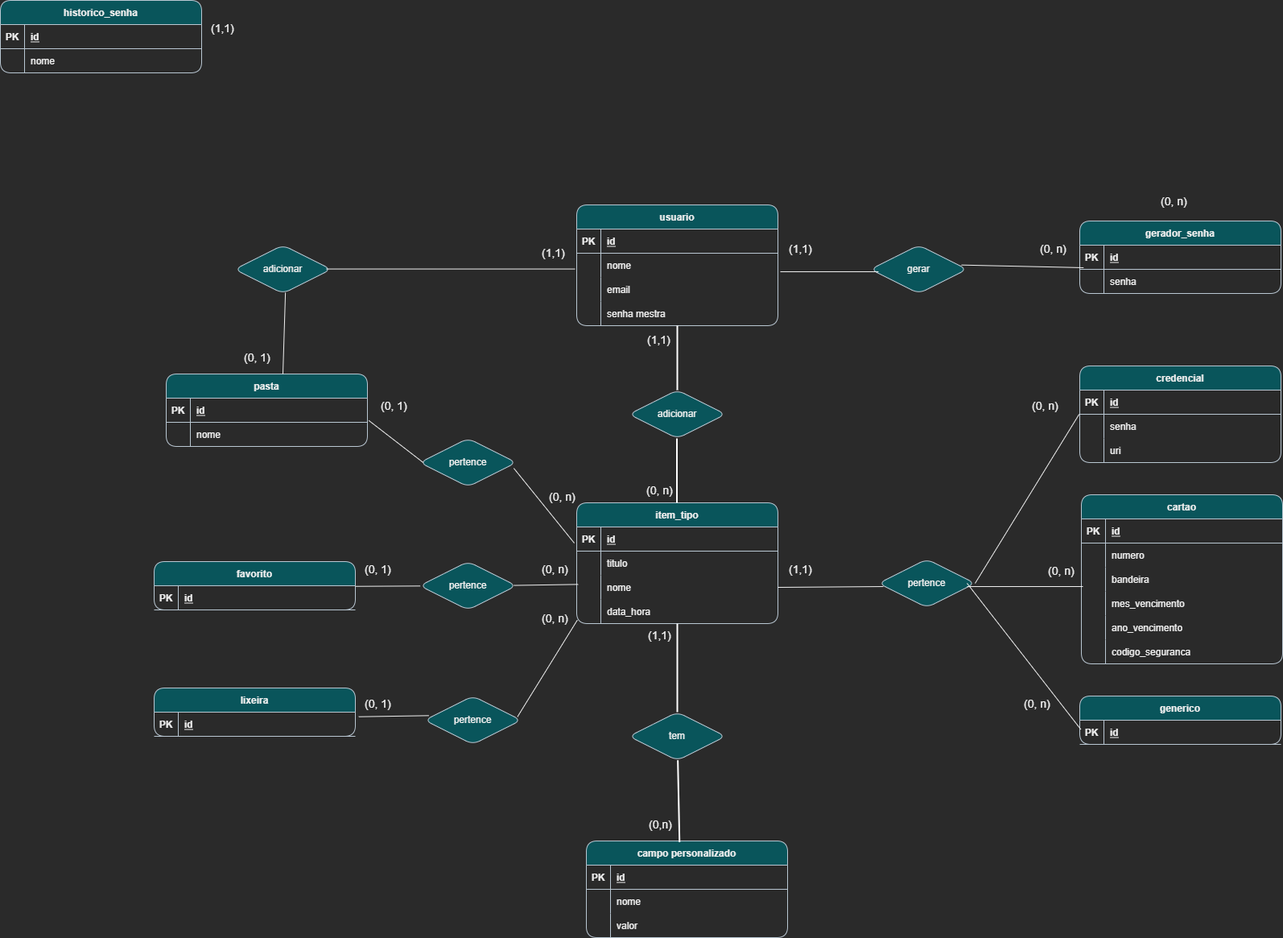
Before: DER.drawio.png, a diagram exported from draw.io (dainler-lab/Keystow). Source tidied: cells renumbered, new cells last; positions are measured from the earlier drawing's top-left corner, leaving out a move shared by most shapes.
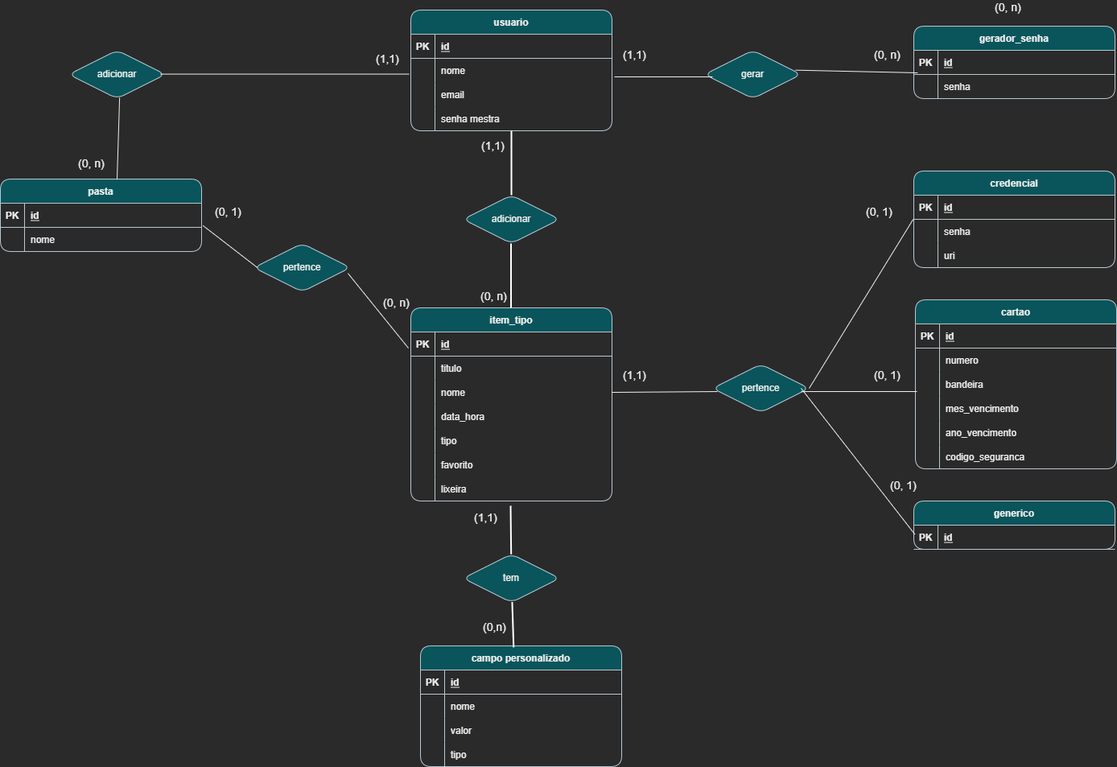
After the change.

The edit, as a diff of the source:
```diff
@@ -71,18 +71,6 @@
     <mxCell id="24" value="uri" style="shape=partialRectangle;overflow=hidden;fillColor=none;top=0;left=0;bottom=0;right=0;align=left;spacingLeft=6;rounded=1;strokeColor=#BAC8D3;fontColor=#EEEEEE;" parent="22" vertex="1">
       <mxGeometry x="30" width="220" height="30" as="geometry" />
     </mxCell>
-    <mxCell id="25" value="favorito" style="shape=table;startSize=30;rowLines=0;fontStyle=1;align=center;rounded=1;fillColor=#09555B;strokeColor=#BAC8D3;fontColor=#EEEEEE;columnLines=1;comic=0;enumerate=0;" parent="1" vertex="1">
-      <mxGeometry x="191" y="697" width="250" height="60" as="geometry" />
-    </mxCell>
-    <mxCell id="26" style="shape=partialRectangle;fillColor=none;points=[[0,0.5],[1,0.5]];portConstraint=eastwest;top=0;left=0;right=0;bottom=1;rounded=1;strokeColor=#BAC8D3;fontColor=#EEEEEE;" parent="25" vertex="1">
-      <mxGeometry y="30" width="250" height="30" as="geometry" />
-    </mxCell>
-    <mxCell id="27" value="PK" style="shape=partialRectangle;overflow=hidden;fillColor=none;top=0;left=0;bottom=0;right=0;fontStyle=1;rounded=1;strokeColor=#BAC8D3;fontColor=#EEEEEE;" parent="26" vertex="1">
-      <mxGeometry width="30" height="30" as="geometry" />
-    </mxCell>
-    <mxCell id="28" value="id" style="shape=partialRectangle;overflow=hidden;fillColor=none;top=0;left=0;bottom=0;right=0;align=left;spacingLeft=6;fontStyle=5;rounded=1;strokeColor=#BAC8D3;fontColor=#EEEEEE;" parent="26" vertex="1">
-      <mxGeometry x="30" width="220" height="30" as="geometry" />
-    </mxCell>
     <mxCell id="29" value="pasta" style="shape=table;startSize=30;rowLines=0;fontStyle=1;align=center;rounded=1;fillColor=#09555B;strokeColor=#BAC8D3;fontColor=#EEEEEE;columnLines=1;comic=0;enumerate=0;" parent="1" vertex="1">
       <mxGeometry x="206" y="464" width="250" height="90" as="geometry" />
     </mxCell>
@@ -104,18 +92,6 @@
     <mxCell id="35" value="nome" style="shape=partialRectangle;overflow=hidden;fillColor=none;top=0;left=0;bottom=0;right=0;align=left;spacingLeft=6;rounded=1;strokeColor=#BAC8D3;fontColor=#EEEEEE;" parent="33" vertex="1">
       <mxGeometry x="30" width="220" height="30" as="geometry" />
     </mxCell>
-    <mxCell id="36" value="lixeira" style="shape=table;startSize=30;rowLines=0;fontStyle=1;align=center;rounded=1;fillColor=#09555B;strokeColor=#BAC8D3;fontColor=#EEEEEE;columnLines=1;comic=0;enumerate=0;" parent="1" vertex="1">
-      <mxGeometry x="191" y="854" width="250" height="60" as="geometry" />
-    </mxCell>
-    <mxCell id="37" style="shape=partialRectangle;fillColor=none;points=[[0,0.5],[1,0.5]];portConstraint=eastwest;top=0;left=0;right=0;bottom=1;rounded=1;strokeColor=#BAC8D3;fontColor=#EEEEEE;" parent="36" vertex="1">
-      <mxGeometry y="30" width="250" height="30" as="geometry" />
-    </mxCell>
-    <mxCell id="38" value="PK" style="shape=partialRectangle;overflow=hidden;fillColor=none;top=0;left=0;bottom=0;right=0;fontStyle=1;rounded=1;strokeColor=#BAC8D3;fontColor=#EEEEEE;" parent="37" vertex="1">
-      <mxGeometry width="30" height="30" as="geometry" />
-    </mxCell>
-    <mxCell id="39" value="id" style="shape=partialRectangle;overflow=hidden;fillColor=none;top=0;left=0;bottom=0;right=0;align=left;spacingLeft=6;fontStyle=5;rounded=1;strokeColor=#BAC8D3;fontColor=#EEEEEE;" parent="37" vertex="1">
-      <mxGeometry x="30" width="220" height="30" as="geometry" />
-    </mxCell>
     <mxCell id="40" value="cartao" style="shape=table;startSize=30;rowLines=0;fontStyle=1;align=center;rounded=1;fillColor=#09555B;strokeColor=#BAC8D3;fontColor=#EEEEEE;columnLines=1;comic=0;enumerate=0;" parent="1" vertex="1">
       <mxGeometry x="1343" y="614" width="250" height="210" as="geometry" />
     </mxCell>
@@ -174,7 +150,7 @@
       <mxGeometry x="30" width="220" height="30" as="geometry" />
     </mxCell>
     <mxCell id="59" value="item_tipo" style="shape=table;startSize=30;rowLines=0;fontStyle=1;align=center;rounded=1;fillColor=#09555B;strokeColor=#BAC8D3;fontColor=#EEEEEE;columnLines=1;comic=0;enumerate=0;" parent="1" vertex="1">
-      <mxGeometry x="716" y="624" width="250" height="150" as="geometry" />
+      <mxGeometry x="716" y="624" width="250" height="240" as="geometry" />
     </mxCell>
     <mxCell id="60" style="shape=partialRectangle;fillColor=none;points=[[0,0.5],[1,0.5]];portConstraint=eastwest;top=0;left=0;right=0;bottom=1;rounded=1;strokeColor=#BAC8D3;fontColor=#EEEEEE;" parent="59" vertex="1">
       <mxGeometry y="30" width="250" height="30" as="geometry" />
@@ -212,6 +188,33 @@
     <mxCell id="71" value="data_hora" style="shape=partialRectangle;overflow=hidden;fillColor=none;top=0;left=0;bottom=0;right=0;align=left;spacingLeft=6;rounded=1;strokeColor=#BAC8D3;fontColor=#EEEEEE;" parent="69" vertex="1">
       <mxGeometry x="30" width="220" height="30" as="geometry" />
     </mxCell>
+    <mxCell id="146" style="shape=partialRectangle;fillColor=none;top=0;left=0;right=0;bottom=0;rounded=1;strokeColor=#BAC8D3;fontColor=#EEEEEE;" parent="59" vertex="1">
+      <mxGeometry y="150" width="250" height="30" as="geometry" />
+    </mxCell>
+    <mxCell id="147" style="shape=partialRectangle;overflow=hidden;fillColor=none;top=0;left=0;bottom=0;right=0;rounded=1;strokeColor=#BAC8D3;fontColor=#EEEEEE;" parent="146" vertex="1">
+      <mxGeometry width="30" height="30" as="geometry" />
+    </mxCell>
+    <mxCell id="148" value="tipo" style="shape=partialRectangle;overflow=hidden;fillColor=none;top=0;left=0;bottom=0;right=0;align=left;spacingLeft=6;rounded=1;strokeColor=#BAC8D3;fontColor=#EEEEEE;" parent="146" vertex="1">
+      <mxGeometry x="30" width="220" height="30" as="geometry" />
+    </mxCell>
+    <mxCell id="149" style="shape=partialRectangle;fillColor=none;top=0;left=0;right=0;bottom=0;rounded=1;strokeColor=#BAC8D3;fontColor=#EEEEEE;" parent="59" vertex="1">
+      <mxGeometry y="180" width="250" height="30" as="geometry" />
+    </mxCell>
+    <mxCell id="150" style="shape=partialRectangle;overflow=hidden;fillColor=none;top=0;left=0;bottom=0;right=0;rounded=1;strokeColor=#BAC8D3;fontColor=#EEEEEE;" parent="149" vertex="1">
+      <mxGeometry width="30" height="30" as="geometry" />
+    </mxCell>
+    <mxCell id="25" value="favorito" style="shape=partialRectangle;overflow=hidden;fillColor=none;top=0;left=0;bottom=0;right=0;align=left;spacingLeft=6;rounded=1;strokeColor=#BAC8D3;fontColor=#EEEEEE;" parent="149" vertex="1">
+      <mxGeometry x="30" width="220" height="30" as="geometry" />
+    </mxCell>
+    <mxCell id="151" style="shape=partialRectangle;fillColor=none;top=0;left=0;right=0;bottom=0;rounded=1;strokeColor=#BAC8D3;fontColor=#EEEEEE;" parent="59" vertex="1">
+      <mxGeometry y="210" width="250" height="30" as="geometry" />
+    </mxCell>
+    <mxCell id="152" style="shape=partialRectangle;overflow=hidden;fillColor=none;top=0;left=0;bottom=0;right=0;rounded=1;strokeColor=#BAC8D3;fontColor=#EEEEEE;" parent="151" vertex="1">
+      <mxGeometry width="30" height="30" as="geometry" />
+    </mxCell>
+    <mxCell id="36" value="lixeira" style="shape=partialRectangle;overflow=hidden;fillColor=none;top=0;left=0;bottom=0;right=0;align=left;spacingLeft=6;rounded=1;strokeColor=#BAC8D3;fontColor=#EEEEEE;" parent="151" vertex="1">
+      <mxGeometry x="30" width="220" height="30" as="geometry" />
+    </mxCell>
     <mxCell id="72" value="generico" style="shape=table;startSize=30;rowLines=0;fontStyle=1;align=center;rounded=1;fillColor=#09555B;strokeColor=#BAC8D3;fontColor=#EEEEEE;columnLines=1;comic=0;enumerate=0;" parent="1" vertex="1">
       <mxGeometry x="1341" y="864" width="250" height="60" as="geometry" />
     </mxCell>
@@ -254,27 +257,6 @@
     <mxCell id="85" value="senha" style="shape=partialRectangle;overflow=hidden;fillColor=none;top=0;left=0;bottom=0;right=0;align=left;spacingLeft=6;rounded=1;strokeColor=#BAC8D3;fontColor=#EEEEEE;" parent="83" vertex="1">
       <mxGeometry x="30" width="220" height="30" as="geometry" />
     </mxCell>
-    <mxCell id="86" value="historico_senha" style="shape=table;startSize=30;rowLines=0;fontStyle=1;align=center;rounded=1;fillColor=#09555B;strokeColor=#BAC8D3;fontColor=#EEEEEE;columnLines=1;comic=0;enumerate=0;" parent="1" vertex="1">
-      <mxGeometry width="250" height="90" as="geometry" />
-    </mxCell>
-    <mxCell id="87" style="shape=partialRectangle;fillColor=none;top=0;left=0;right=0;bottom=1;rounded=1;strokeColor=#BAC8D3;fontColor=#EEEEEE;" parent="86" vertex="1">
-      <mxGeometry y="30" width="250" height="30" as="geometry" />
-    </mxCell>
-    <mxCell id="88" value="PK" style="shape=partialRectangle;overflow=hidden;fillColor=none;top=0;left=0;bottom=0;right=0;fontStyle=1;rounded=1;strokeColor=#BAC8D3;fontColor=#EEEEEE;" parent="87" vertex="1">
-      <mxGeometry width="30" height="30" as="geometry" />
-    </mxCell>
-    <mxCell id="89" value="id" style="shape=partialRectangle;overflow=hidden;fillColor=none;top=0;left=0;bottom=0;right=0;align=left;spacingLeft=6;fontStyle=5;rounded=1;strokeColor=#BAC8D3;fontColor=#EEEEEE;" parent="87" vertex="1">
-      <mxGeometry x="30" width="220" height="30" as="geometry" />
-    </mxCell>
-    <mxCell id="90" style="shape=partialRectangle;fillColor=none;top=0;left=0;right=0;bottom=0;rounded=1;strokeColor=#BAC8D3;fontColor=#EEEEEE;" parent="86" vertex="1">
-      <mxGeometry y="60" width="250" height="30" as="geometry" />
-    </mxCell>
-    <mxCell id="91" style="shape=partialRectangle;overflow=hidden;fillColor=none;top=0;left=0;bottom=0;right=0;rounded=1;strokeColor=#BAC8D3;fontColor=#EEEEEE;" parent="90" vertex="1">
-      <mxGeometry width="30" height="30" as="geometry" />
-    </mxCell>
-    <mxCell id="92" value="nome" style="shape=partialRectangle;overflow=hidden;fillColor=none;top=0;left=0;bottom=0;right=0;align=left;spacingLeft=6;rounded=1;strokeColor=#BAC8D3;fontColor=#EEEEEE;" parent="90" vertex="1">
-      <mxGeometry x="30" width="220" height="30" as="geometry" />
-    </mxCell>
     <mxCell id="93" style="endArrow=none;html=1;rounded=0;sketch=0;strokeColor=#FFFFFF;curved=0;entryX=0.5;entryY=0;entryDx=0;entryDy=0;strokeWidth=2;" parent="1" edge="1" source="12" target="76">
       <mxGeometry relative="1" as="geometry" />
     </mxCell>
@@ -296,14 +278,9 @@
     </mxCell>
     <mxCell id="97" style="endArrow=none;html=1;rounded=0;sketch=0;strokeColor=#FFFFFF;curved=0;strokeWidth=2;" parent="1" edge="1" target="111">
       <mxGeometry relative="1" as="geometry">
-        <mxPoint x="841" y="774" as="sourcePoint" />
+        <mxPoint x="840" y="870" as="sourcePoint" />
       </mxGeometry>
     </mxCell>
-    <mxCell id="98" value="(1,1)" style="html=1;align=left;verticalAlign=bottom;rounded=1;comic=0;sketch=0;fontColor=#EEEEEE;strokeColor=#BAC8D3;fillColor=#09555B;gradientColor=none;fontSize=14;" parent="97" vertex="1">
-      <mxGeometry x="-1" relative="1" as="geometry">
-        <mxPoint x="-38" y="25" as="offset" />
-      </mxGeometry>
-    </mxCell>
     <mxCell id="99" style="endArrow=none;html=1;rounded=0;exitX=1;exitY=0.5;exitDx=0;exitDy=0;entryX=0.05;entryY=0.567;entryDx=0;entryDy=0;entryPerimeter=0;" parent="1" edge="1" source="66" target="77">
       <mxGeometry relative="1" as="geometry" />
     </mxCell>
@@ -311,7 +288,7 @@
       <mxGeometry relative="1" as="geometry" />
     </mxCell>
     <mxCell id="101" value="campo personalizado" style="shape=table;startSize=30;rowLines=0;fontStyle=1;align=center;rounded=1;fillColor=#09555B;strokeColor=#BAC8D3;fontColor=#EEEEEE;columnLines=1;comic=0;enumerate=0;" parent="1" vertex="1">
-      <mxGeometry x="728" y="1044" width="250" height="120" as="geometry" />
+      <mxGeometry x="728" y="1044" width="250" height="150" as="geometry" />
     </mxCell>
     <mxCell id="102" style="shape=partialRectangle;fillColor=none;top=0;left=0;right=0;bottom=1;rounded=1;strokeColor=#BAC8D3;fontColor=#EEEEEE;" parent="101" vertex="1">
       <mxGeometry y="30" width="250" height="30" as="geometry" />
@@ -340,18 +317,27 @@
     <mxCell id="110" value="valor" style="shape=partialRectangle;overflow=hidden;fillColor=none;top=0;left=0;bottom=0;right=0;align=left;spacingLeft=6;rounded=1;strokeColor=#BAC8D3;fontColor=#EEEEEE;" parent="108" vertex="1">
       <mxGeometry x="30" width="220" height="30" as="geometry" />
     </mxCell>
+    <mxCell id="153" style="shape=partialRectangle;fillColor=none;top=0;left=0;right=0;bottom=0;rounded=1;strokeColor=#BAC8D3;fontColor=#EEEEEE;" parent="101" vertex="1">
+      <mxGeometry y="120" width="250" height="30" as="geometry" />
+    </mxCell>
+    <mxCell id="154" style="shape=partialRectangle;overflow=hidden;fillColor=none;top=0;left=0;bottom=0;right=0;rounded=1;strokeColor=#BAC8D3;fontColor=#EEEEEE;" parent="153" vertex="1">
+      <mxGeometry width="30" height="30" as="geometry" />
+    </mxCell>
+    <mxCell id="155" value="tipo" style="shape=partialRectangle;overflow=hidden;fillColor=none;top=0;left=0;bottom=0;right=0;align=left;spacingLeft=6;rounded=1;strokeColor=#BAC8D3;fontColor=#EEEEEE;" parent="153" vertex="1">
+      <mxGeometry x="30" width="220" height="30" as="geometry" />
+    </mxCell>
     <mxCell id="111" value="tem" style="shape=rhombus;perimeter=rhombusPerimeter;whiteSpace=wrap;html=1;align=center;rounded=1;comic=0;sketch=0;fontColor=#EEEEEE;strokeColor=#BAC8D3;fillColor=#09555B;gradientColor=none;" parent="1" vertex="1">
-      <mxGeometry x="781" y="884" width="120" height="60" as="geometry" />
+      <mxGeometry x="781" y="930" width="120" height="60" as="geometry" />
     </mxCell>
     <mxCell id="112" style="endArrow=none;html=1;rounded=0;sketch=0;strokeColor=#FFFFFF;curved=0;strokeWidth=2;entryX=0.463;entryY=0.012;entryDx=0;entryDy=0;entryPerimeter=0;" parent="1" edge="1" source="111" target="101">
       <mxGeometry relative="1" as="geometry" />
     </mxCell>
     <mxCell id="113" value="(0,n)" style="html=1;align=left;verticalAlign=bottom;rounded=1;comic=0;sketch=0;fontColor=#EEEEEE;strokeColor=#BAC8D3;fillColor=#09555B;gradientColor=none;fontSize=14;" parent="112" vertex="1">
       <mxGeometry x="-1" relative="1" as="geometry">
-        <mxPoint x="-38" y="90" as="offset" />
+        <mxPoint x="-38" y="40" as="offset" />
       </mxGeometry>
     </mxCell>
-    <mxCell id="114" value="(0, 1)" style="html=1;align=left;verticalAlign=bottom;rounded=1;comic=0;sketch=0;fontColor=#EEEEEE;strokeColor=#BAC8D3;fillColor=#09555B;gradientColor=none;fontSize=14;" parent="1" vertex="1">
+    <mxCell id="114" value="(0, n)" style="html=1;align=left;verticalAlign=bottom;rounded=1;comic=0;sketch=0;fontColor=#EEEEEE;strokeColor=#BAC8D3;fillColor=#09555B;gradientColor=none;fontSize=14;" parent="1" vertex="1">
       <mxGeometry x="301" y="454" as="geometry" />
     </mxCell>
     <mxCell id="115" value="(0, 1)" style="html=1;align=left;verticalAlign=bottom;rounded=1;comic=0;sketch=0;fontColor=#EEEEEE;strokeColor=#BAC8D3;fillColor=#09555B;gradientColor=none;fontSize=14;" parent="1" vertex="1">
@@ -378,36 +364,6 @@
     <mxCell id="122" style="endArrow=none;html=1;rounded=0;entryX=0.974;entryY=0.619;entryDx=0;entryDy=0;entryPerimeter=0;exitX=-0.012;exitY=0.667;exitDx=0;exitDy=0;exitPerimeter=0;" parent="1" edge="1" source="60" target="116">
       <mxGeometry relative="1" as="geometry" />
     </mxCell>
-    <mxCell id="123" value="pertence" style="shape=rhombus;perimeter=rhombusPerimeter;whiteSpace=wrap;html=1;align=center;rounded=1;comic=0;sketch=0;fontColor=#EEEEEE;strokeColor=#BAC8D3;fillColor=#09555B;gradientColor=none;" parent="1" vertex="1">
-      <mxGeometry x="521" y="697" width="120" height="60" as="geometry" />
-    </mxCell>
-    <mxCell id="124" style="endArrow=none;html=1;rounded=0;exitX=1.001;exitY=0.025;exitDx=0;exitDy=0;exitPerimeter=0;" parent="1" edge="1" source="26" target="123">
-      <mxGeometry relative="1" as="geometry" />
-    </mxCell>
-    <mxCell id="125" style="endArrow=none;html=1;rounded=0;entryX=0.007;entryY=0.378;entryDx=0;entryDy=0;entryPerimeter=0;exitX=0.974;exitY=0.493;exitDx=0;exitDy=0;exitPerimeter=0;" parent="1" edge="1" source="123" target="66">
-      <mxGeometry relative="1" as="geometry" />
-    </mxCell>
-    <mxCell id="126" value="(0, 1)" style="html=1;align=left;verticalAlign=bottom;rounded=1;comic=0;sketch=0;fontColor=#EEEEEE;strokeColor=#BAC8D3;fillColor=#09555B;gradientColor=none;fontSize=14;" parent="1" vertex="1">
-      <mxGeometry x="451" y="717" as="geometry" />
-    </mxCell>
-    <mxCell id="127" value="(0, n)" style="html=1;align=left;verticalAlign=bottom;rounded=1;comic=0;sketch=0;fontColor=#EEEEEE;strokeColor=#BAC8D3;fillColor=#09555B;gradientColor=none;fontSize=14;" parent="1" vertex="1">
-      <mxGeometry x="671" y="717" as="geometry" />
-    </mxCell>
-    <mxCell id="128" value="pertence" style="shape=rhombus;perimeter=rhombusPerimeter;whiteSpace=wrap;html=1;align=center;rounded=1;comic=0;sketch=0;fontColor=#EEEEEE;strokeColor=#BAC8D3;fillColor=#09555B;gradientColor=none;" parent="1" vertex="1">
-      <mxGeometry x="527" y="864" width="120" height="60" as="geometry" />
-    </mxCell>
-    <mxCell id="129" value="(0, 1)" style="html=1;align=left;verticalAlign=bottom;rounded=1;comic=0;sketch=0;fontColor=#EEEEEE;strokeColor=#BAC8D3;fillColor=#09555B;gradientColor=none;fontSize=14;" parent="1" vertex="1">
-      <mxGeometry x="451" y="884" as="geometry" />
-    </mxCell>
-    <mxCell id="130" value="(0, n)" style="html=1;align=left;verticalAlign=bottom;rounded=1;comic=0;sketch=0;fontColor=#EEEEEE;strokeColor=#BAC8D3;fillColor=#09555B;gradientColor=none;fontSize=14;" parent="1" vertex="1">
-      <mxGeometry x="671" y="778" as="geometry" />
-    </mxCell>
-    <mxCell id="131" style="endArrow=none;html=1;rounded=0;exitX=1.017;exitY=0.19;exitDx=0;exitDy=0;exitPerimeter=0;entryX=0.045;entryY=0.405;entryDx=0;entryDy=0;entryPerimeter=0;" parent="1" edge="1" source="37" target="128">
-      <mxGeometry relative="1" as="geometry" />
-    </mxCell>
-    <mxCell id="132" style="endArrow=none;html=1;rounded=0;exitX=0.962;exitY=0.429;exitDx=0;exitDy=0;exitPerimeter=0;entryX=0.003;entryY=0.857;entryDx=0;entryDy=0;entryPerimeter=0;" parent="1" edge="1" source="128" target="69">
-      <mxGeometry relative="1" as="geometry" />
-    </mxCell>
     <mxCell id="133" style="endArrow=none;html=1;rounded=0;exitX=0.917;exitY=0.567;exitDx=0;exitDy=0;entryX=0.008;entryY=-0.2;entryDx=0;entryDy=0;entryPerimeter=0;exitPerimeter=0;" parent="1" edge="1" source="77" target="50">
       <mxGeometry relative="1" as="geometry" />
     </mxCell>
@@ -434,20 +390,20 @@
     <mxCell id="140" value="(0, n)" style="html=1;align=left;verticalAlign=bottom;rounded=1;comic=0;sketch=0;fontColor=#EEEEEE;strokeColor=#BAC8D3;fillColor=#09555B;gradientColor=none;fontSize=14;" parent="1" vertex="1">
       <mxGeometry x="1440" y="260" as="geometry" />
     </mxCell>
-    <mxCell id="141" value="(1,1)" style="html=1;align=left;verticalAlign=bottom;rounded=1;comic=0;sketch=0;fontColor=#EEEEEE;strokeColor=#BAC8D3;fillColor=#09555B;gradientColor=none;fontSize=14;" parent="1" vertex="1">
-      <mxGeometry x="260" y="45" as="geometry" />
-    </mxCell>
     <mxCell id="142" value="(1,1)" style="html=1;align=left;verticalAlign=bottom;rounded=1;comic=0;sketch=0;fontColor=#EEEEEE;strokeColor=#BAC8D3;fillColor=#09555B;gradientColor=none;fontSize=14;" parent="1" vertex="1">
       <mxGeometry x="978" y="717" as="geometry" />
     </mxCell>
-    <mxCell id="143" value="(0, n)" style="html=1;align=left;verticalAlign=bottom;rounded=1;comic=0;sketch=0;fontColor=#EEEEEE;strokeColor=#BAC8D3;fillColor=#09555B;gradientColor=none;fontSize=14;" parent="1" vertex="1">
+    <mxCell id="143" value="(0, 1)" style="html=1;align=left;verticalAlign=bottom;rounded=1;comic=0;sketch=0;fontColor=#EEEEEE;strokeColor=#BAC8D3;fillColor=#09555B;gradientColor=none;fontSize=14;" parent="1" vertex="1">
       <mxGeometry x="1280" y="514" as="geometry" />
     </mxCell>
-    <mxCell id="144" value="(0, n)" style="html=1;align=left;verticalAlign=bottom;rounded=1;comic=0;sketch=0;fontColor=#EEEEEE;strokeColor=#BAC8D3;fillColor=#09555B;gradientColor=none;fontSize=14;" parent="1" vertex="1">
-      <mxGeometry x="1270" y="884" as="geometry" />
-    </mxCell>
-    <mxCell id="145" value="(0, n)" style="html=1;align=left;verticalAlign=bottom;rounded=1;comic=0;sketch=0;fontColor=#EEEEEE;strokeColor=#BAC8D3;fillColor=#09555B;gradientColor=none;fontSize=14;" parent="1" vertex="1">
-      <mxGeometry x="1300" y="719" as="geometry" />
-    </mxCell>
+    <mxCell id="156" value="(0, 1)" style="html=1;align=left;verticalAlign=bottom;rounded=1;comic=0;sketch=0;fontColor=#EEEEEE;strokeColor=#BAC8D3;fillColor=#09555B;gradientColor=none;fontSize=14;" parent="1" vertex="1">
+      <mxGeometry x="1310" y="854" as="geometry" />
+    </mxCell>
+    <mxCell id="157" value="(0, 1)" style="html=1;align=left;verticalAlign=bottom;rounded=1;comic=0;sketch=0;fontColor=#EEEEEE;strokeColor=#BAC8D3;fillColor=#09555B;gradientColor=none;fontSize=14;" parent="1" vertex="1">
+      <mxGeometry x="1290" y="717" as="geometry" />
+    </mxCell>
+    <mxCell id="158" value="(1,1)" style="html=1;align=left;verticalAlign=bottom;rounded=1;comic=0;sketch=0;fontColor=#EEEEEE;strokeColor=#BAC8D3;fillColor=#09555B;gradientColor=none;fontSize=14;" parent="1" vertex="1">
+      <mxGeometry x="793" y="894" as="geometry" />
+    </mxCell>
   </root>
 </mxGraphModel>
```
